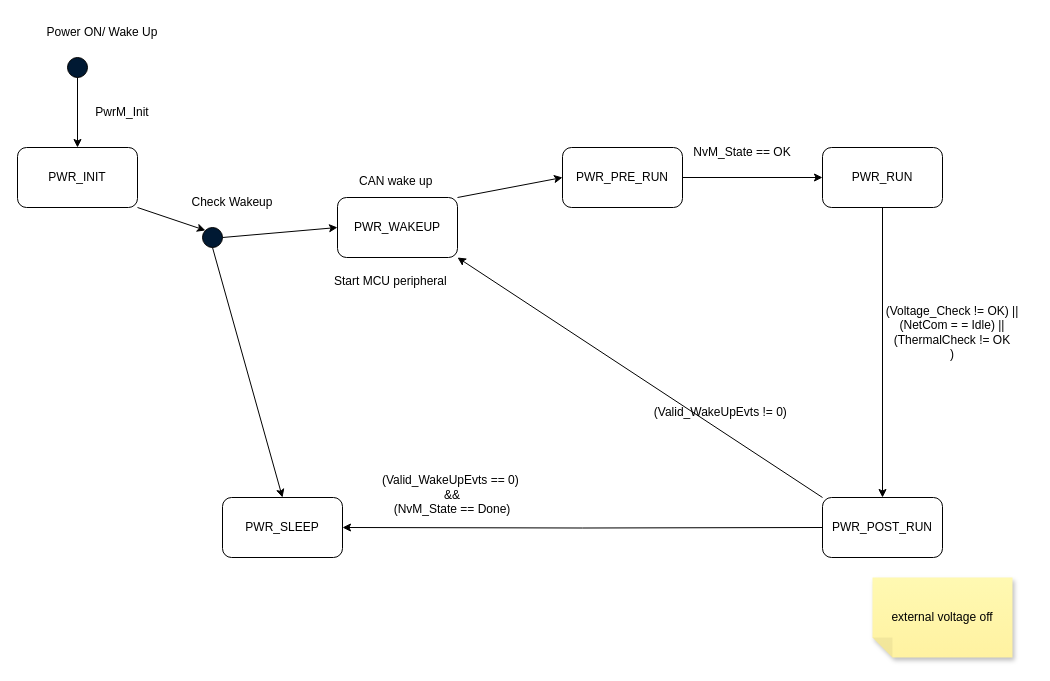
The draw.io diagram Untitled Diagram.drawio in zyqiang0713/hello_world, before the edit. Source tidied: cells renumbered, new cells numbered last; positions are measured from the earlier drawing's top-left corner, leaving out a move shared by most shapes. Both pictures are drawn from the tidied source at 100%, with x=0, y=0 at pixel (17, 17).
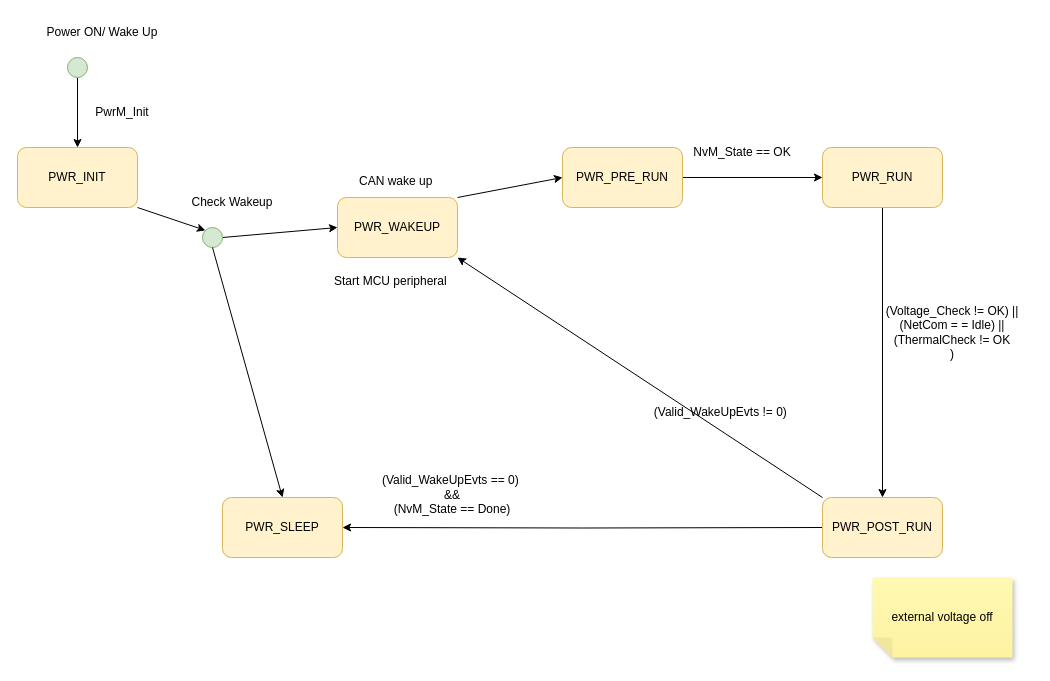
Above is the later version.

The change refers to these unchanged cells:
```xml
<mxCell id="26" style="group;" parent="1" vertex="1">
  <mxGeometry x="315" y="120" width="130" height="170" as="geometry" />
</mxCell>
```

The edit, as a diff of the source:
```diff
@@
-    <mxCell id="3" value="PWR_PRE_RUN" style="rounded=1;whiteSpace=wrap;html=1;gradientColor=none;glass=0;" parent="1" vertex="1">
+    <mxCell id="3" value="PWR_PRE_RUN" style="rounded=1;whiteSpace=wrap;html=1;glass=0;fillColor=#fff2cc;strokeColor=#d6b656;" parent="1" vertex="1">
       <mxGeometry x="545" y="130" width="120" height="60" as="geometry" />
     </mxCell>
@@
-    <mxCell id="5" value="PWR_RUN" style="rounded=1;whiteSpace=wrap;html=1;" parent="1" vertex="1">
+    <mxCell id="5" value="PWR_RUN" style="rounded=1;whiteSpace=wrap;html=1;fillColor=#fff2cc;strokeColor=#d6b656;" parent="1" vertex="1">
       <mxGeometry x="805" y="130" width="120" height="60" as="geometry" />
     </mxCell>
-    <mxCell id="6" value="PWR_INIT" style="rounded=1;whiteSpace=wrap;html=1;" parent="1" vertex="1">
+    <mxCell id="6" value="PWR_INIT" style="rounded=1;whiteSpace=wrap;html=1;fillColor=#fff2cc;strokeColor=#d6b656;" parent="1" vertex="1">
       <mxGeometry y="130" width="120" height="60" as="geometry" />
     </mxCell>
@@
-    <mxCell id="8" value="&lt;div&gt;PWR_POST_RUN&lt;/div&gt;" style="rounded=1;whiteSpace=wrap;html=1;" parent="1" vertex="1">
+    <mxCell id="8" value="&lt;div&gt;PWR_POST_RUN&lt;/div&gt;" style="rounded=1;whiteSpace=wrap;html=1;fillColor=#fff2cc;strokeColor=#d6b656;" parent="1" vertex="1">
       <mxGeometry x="805" y="480" width="120" height="60" as="geometry" />
     </mxCell>
-    <mxCell id="9" value="&lt;div&gt;PWR_SLEEP&lt;/div&gt;" style="rounded=1;whiteSpace=wrap;html=1;" parent="1" vertex="1">
+    <mxCell id="9" value="&lt;div&gt;PWR_SLEEP&lt;/div&gt;" style="rounded=1;whiteSpace=wrap;html=1;fillColor=#fff2cc;strokeColor=#d6b656;" parent="1" vertex="1">
       <mxGeometry x="205" y="480" width="120" height="60" as="geometry" />
     </mxCell>
@@
-    <mxCell id="11" style="ellipse;whiteSpace=wrap;html=1;fillStyle=solid;fillColor=#001933;" parent="1" vertex="1">
+    <mxCell id="11" style="ellipse;whiteSpace=wrap;html=1;fillStyle=solid;fillColor=#d5e8d4;strokeColor=#82b366;" parent="1" vertex="1">
       <mxGeometry x="50" y="40" width="20" height="20" as="geometry" />
     </mxCell>
@@
-    <mxCell id="23" style="ellipse;whiteSpace=wrap;html=1;fillStyle=solid;fillColor=#001933;" parent="1" vertex="1">
+    <mxCell id="23" style="ellipse;whiteSpace=wrap;html=1;fillStyle=solid;fillColor=#d5e8d4;strokeColor=#82b366;" parent="1" vertex="1">
       <mxGeometry x="185" y="210" width="20" height="20" as="geometry" />
     </mxCell>
@@
-    <mxCell id="27" value="PWR_WAKEUP" style="rounded=1;whiteSpace=wrap;html=1;" parent="26" vertex="1">
+    <mxCell id="27" value="PWR_WAKEUP" style="rounded=1;whiteSpace=wrap;html=1;fillColor=#fff2cc;strokeColor=#d6b656;" parent="26" vertex="1">
       <mxGeometry x="5" y="60" width="120" height="60" as="geometry" />
     </mxCell>
```
